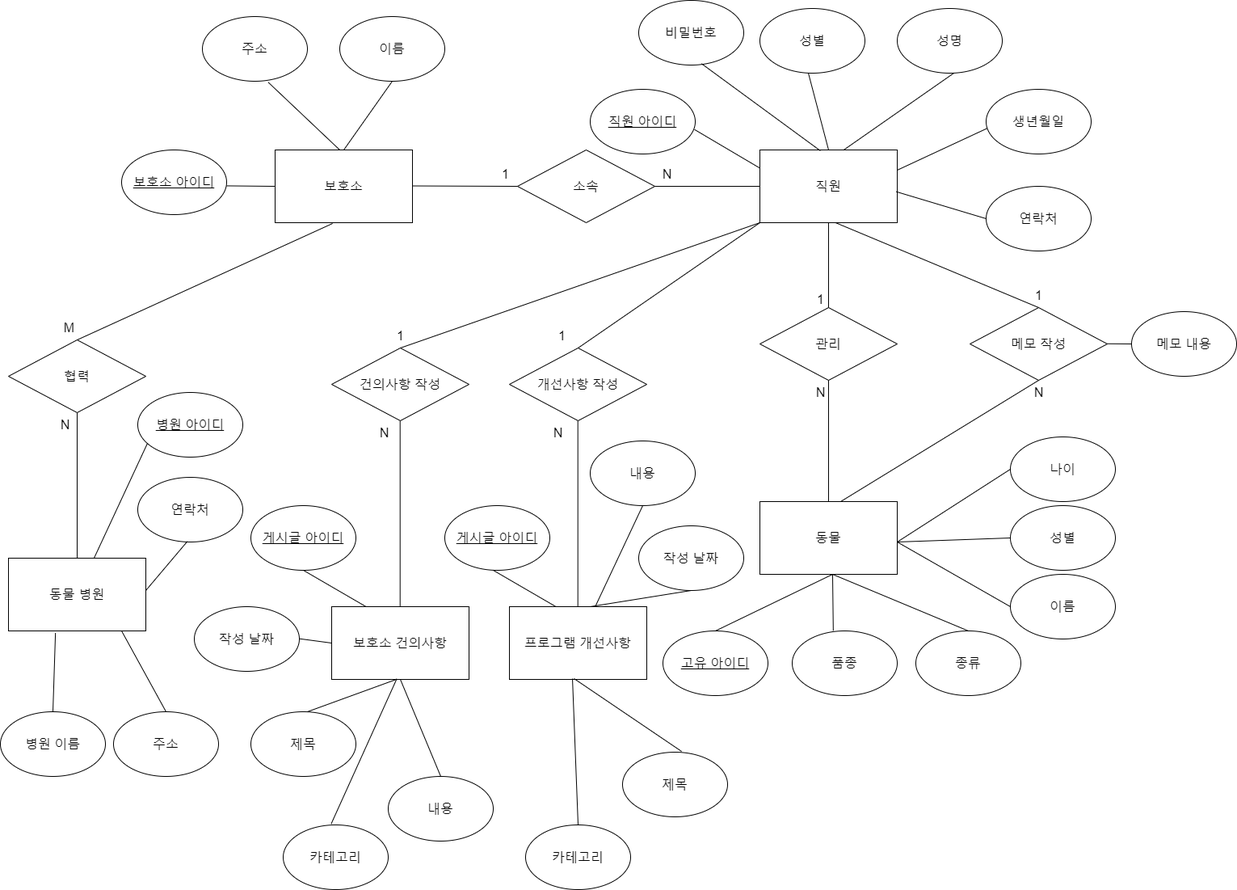
Above: Document/ER Diagram/ER Diagram.png in rlarkdals1202/Database-Term-Project (draw.io), before the change. Source tidied: cells renumbered, new cells last; positions are measured from the earlier drawing's top-left corner, leaving out a move shared by most shapes.
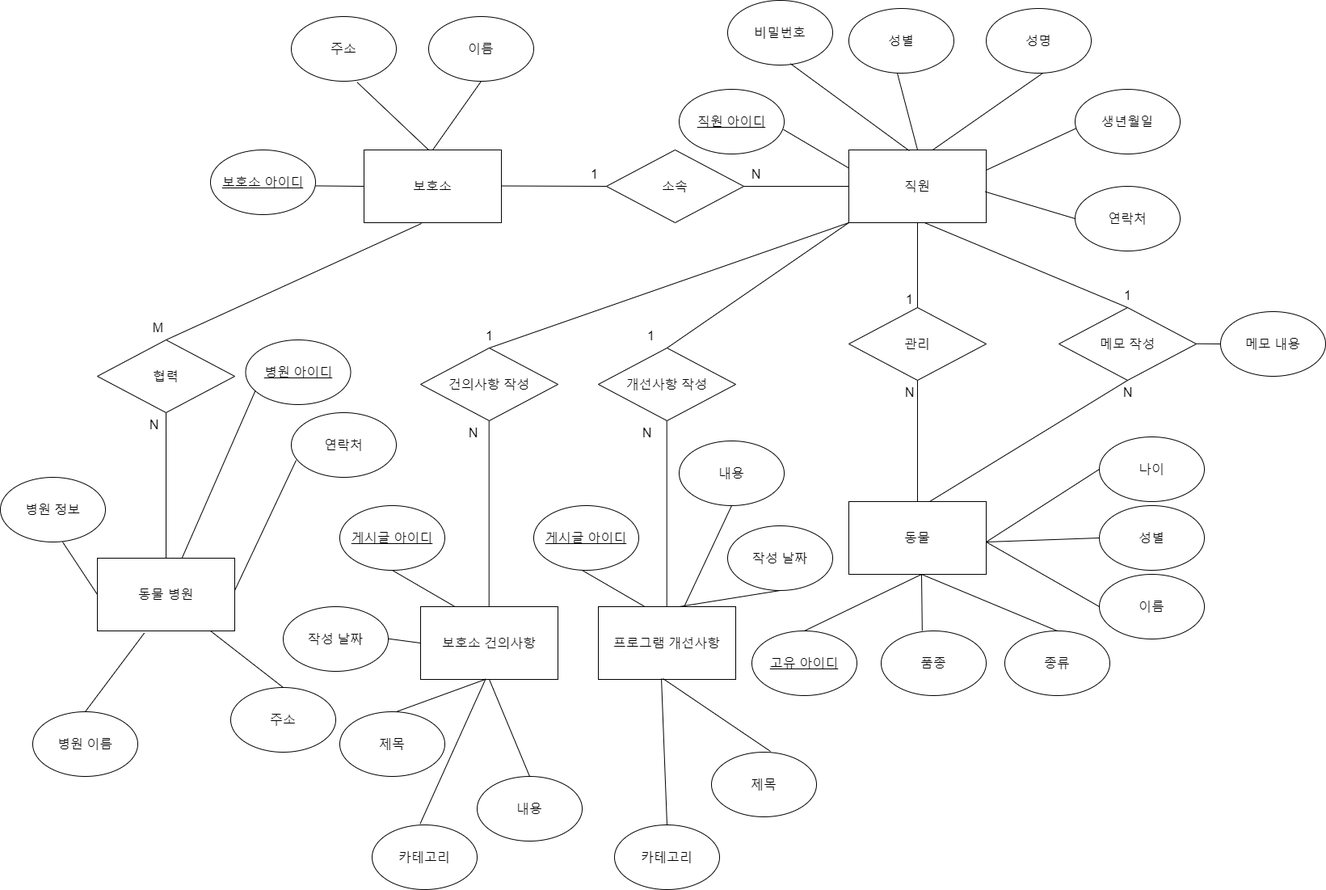
The same diagram one commit later.

Commit message:
Database Systems Term Project 주제에 대한 ER Diagram (2차 개정)

Diff of the diagram source:
```diff
@@ -168,13 +168,13 @@
       <mxGeometry relative="1" as="geometry" />
     </mxCell>
     <mxCell id="46" value="&lt;span style=&quot;font-size: 16px;&quot;&gt;병원 이름&lt;/span&gt;" style="ellipse;whiteSpace=wrap;html=1;" parent="1" vertex="1">
-      <mxGeometry y="880" width="130" height="80" as="geometry" />
+      <mxGeometry x="-70" y="880" width="130" height="80" as="geometry" />
     </mxCell>
     <mxCell id="47" value="&lt;span style=&quot;font-size: 16px;&quot;&gt;주소&lt;/span&gt;" style="ellipse;whiteSpace=wrap;html=1;" parent="1" vertex="1">
-      <mxGeometry x="140" y="880" width="130" height="80" as="geometry" />
+      <mxGeometry x="175" y="850" width="130" height="80" as="geometry" />
     </mxCell>
     <mxCell id="48" value="병원 아이디" style="ellipse;whiteSpace=wrap;html=1;align=center;fontStyle=4;fontSize=16;" parent="1" vertex="1">
-      <mxGeometry x="170" y="485" width="130" height="80" as="geometry" />
+      <mxGeometry x="193.5" y="420" width="130" height="80" as="geometry" />
     </mxCell>
     <mxCell id="49" style="endArrow=none;html=1;rounded=0;fontSize=16;entryX=0.5;entryY=0;entryDx=0;entryDy=0;" parent="1" edge="1" target="47">
       <mxGeometry relative="1" as="geometry">
@@ -348,12 +348,20 @@
       </mxGeometry>
     </mxCell>
     <mxCell id="96" value="&lt;span style=&quot;font-size: 16px;&quot;&gt;연락처&lt;/span&gt;" style="ellipse;whiteSpace=wrap;html=1;" parent="1" vertex="1">
-      <mxGeometry x="170" y="590" width="130" height="80" as="geometry" />
+      <mxGeometry x="250" y="510" width="130" height="80" as="geometry" />
     </mxCell>
-    <mxCell id="97" style="endArrow=none;html=1;rounded=0;entryX=0.471;entryY=0.993;entryDx=0;entryDy=0;entryPerimeter=0;" parent="1" edge="1" target="96">
+    <mxCell id="97" style="endArrow=none;html=1;rounded=0;entryX=0.046;entryY=0.738;entryDx=0;entryDy=0;entryPerimeter=0;" parent="1" edge="1" target="96">
       <mxGeometry relative="1" as="geometry">
         <mxPoint x="180" y="730" as="sourcePoint" />
       </mxGeometry>
     </mxCell>
+    <mxCell id="98" value="&lt;span style=&quot;font-size: 16px;&quot;&gt;병원 정보&lt;/span&gt;" style="ellipse;whiteSpace=wrap;html=1;" parent="1" vertex="1">
+      <mxGeometry x="-110" y="590" width="130" height="80" as="geometry" />
+    </mxCell>
+    <mxCell id="99" style="endArrow=none;html=1;rounded=0;exitX=0;exitY=0.5;exitDx=0;exitDy=0;" parent="1" edge="1" source="43">
+      <mxGeometry relative="1" as="geometry">
+        <mxPoint x="-33" y="670" as="targetPoint" />
+      </mxGeometry>
+    </mxCell>
   </root>
 </mxGraphModel>
```
